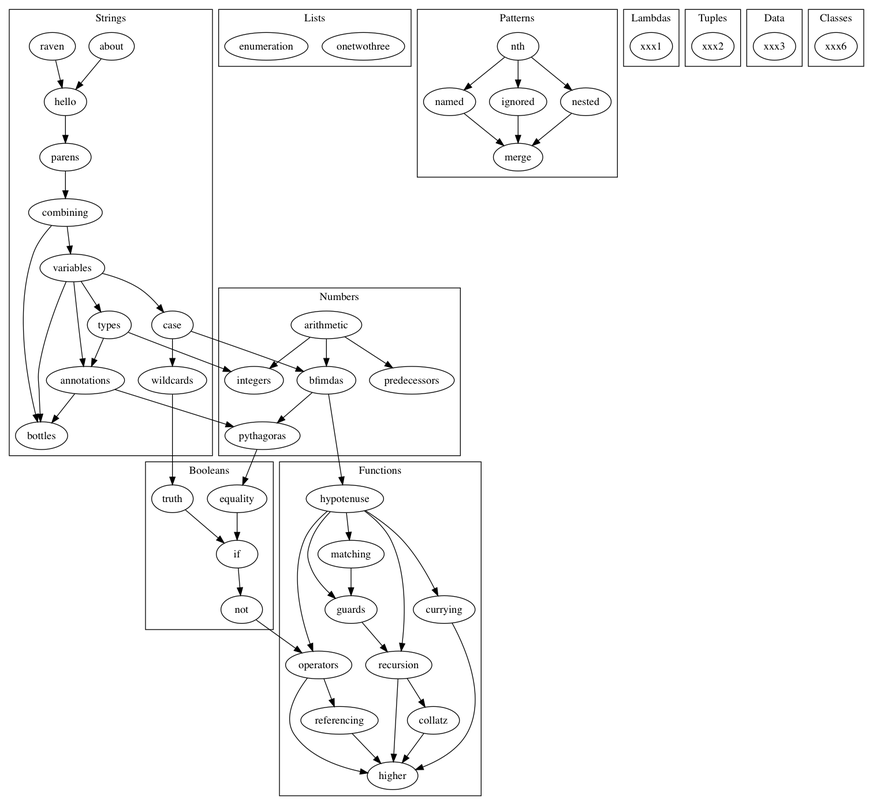
Earlier version of the Graphviz export notebooks/images/chapters.png (sordina/crashkell). Its source is kept beside it as graph/chapters.dot. Source of this version:
```dot
subgraph cluster_strings {
	label="Strings";
	about;
	hello;
	raven;
	parens;
	combining;
	variables;
	case;
	wildcards;
	types;
	annotations;
	bottles;

	about -> hello;
	raven -> hello;
	hello -> parens;
	parens -> combining;
	combining -> variables;
	variables -> case;
	variables -> types;
	variables -> annotations;
	case -> wildcards;
	types -> annotations;
	variables -> bottles;
	combining -> bottles;
	annotations -> bottles;
}

subgraph cluster_numbers {
	label="Numbers";
	arithmetic;
	bfimdas;
	predecessors;
	integers;
	pythagoras;

	arithmetic -> bfimdas;
	case -> bfimdas;
	arithmetic -> predecessors;
	types -> integers;
	arithmetic -> integers;
	bfimdas -> pythagoras;
	annotations -> pythagoras;
}

subgraph cluster_booleans {
	label="Booleans";
	truth;
	equality;
	not;
	if;

	pythagoras -> equality;
	wildcards -> truth;
	truth -> if;
	equality -> if;
	if -> not;
}

subgraph cluster_functions {
	label="Functions";
	hypotenuse;
	matching;
	guards;
	operators;
	referencing;
	recursion;
	collatz;
	currying;
	higher;

	hypotenuse -> matching;
	hypotenuse -> guards;
	matching -> guards;
	hypotenuse -> operators;
	operators -> referencing;
	hypotenuse -> recursion;
	guards -> recursion;
	recursion -> collatz;
	hypotenuse -> currying;
	operators -> higher;
	recursion -> higher;
	collatz -> higher;
	currying -> higher;
	referencing -> higher;

	bfimdas -> hypotenuse;
	not -> operators;
}

subgraph cluster_lists {
	label="Lists";
	onetwothree;
	enumeration;
}

subgraph cluster_patterns {
	label="Patterns";
	nth;
	nested;
	named;
	ignored;
	merge;

	nth -> nested;
	nth -> named;
	nth -> ignored;
	nested -> merge;
	named -> merge;
	ignored -> merge;
}

subgraph cluster_lambdas {
	label="Lambdas";
	xxx1;
}

subgraph cluster_tuples {
	label="Tuples";
	xxx2;
}

subgraph cluster_data {
	label="Data";
	xxx3;
}

subgraph cluster_classes {
	label="Classes";
	xxx6;
}
```
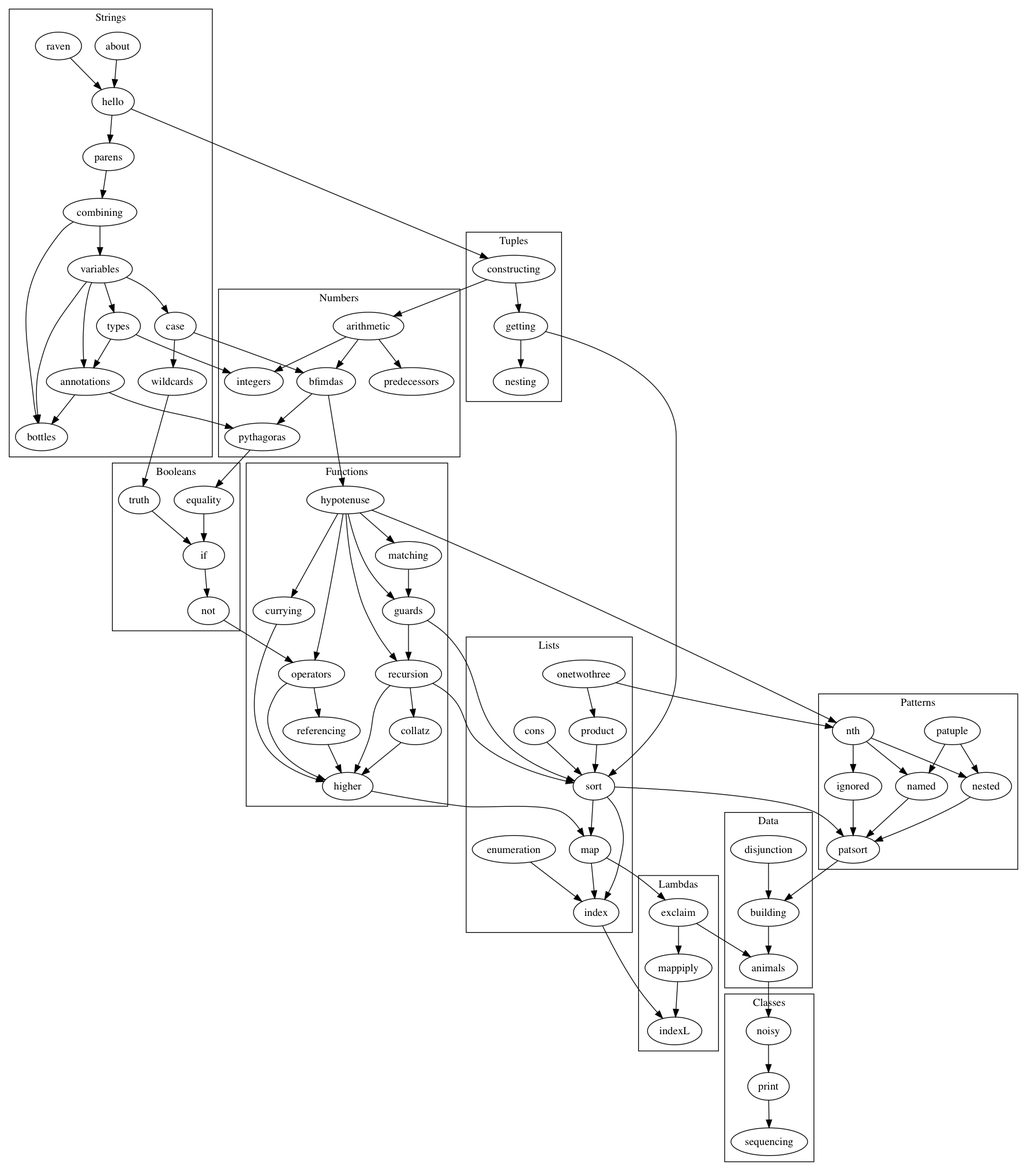
Above is the later version.

Change to the diagram source:
```diff
@@ -27,6 +27,17 @@
 	annotations -> bottles;
 }
 
+subgraph cluster_tuples {
+	label="Tuples";
+	constructing;
+	nesting;
+	getting;
+
+	constructing -> getting -> nesting;
+
+	hello -> constructing;
+}
+
 subgraph cluster_numbers {
 	label="Numbers";
 	arithmetic;
@@ -42,6 +53,8 @@
 	arithmetic -> integers;
 	bfimdas -> pythagoras;
 	annotations -> pythagoras;
+
+	constructing -> arithmetic;
 }
 
 subgraph cluster_booleans {
@@ -92,41 +105,84 @@
 subgraph cluster_lists {
 	label="Lists";
 	onetwothree;
+	cons;
+	product;
 	enumeration;
+	sort;
+	map;
+	index;
+
+	onetwothree -> product;
+	cons -> sort;
+	product -> sort;
+	sort -> map;
+	sort -> index;
+	map -> index;
+
+	getting -> sort;
+	guards -> sort;
+	recursion -> sort;
+	higher -> map;
+	enumeration -> index;
 }
 
 subgraph cluster_patterns {
 	label="Patterns";
+	patuple;
 	nth;
 	nested;
 	named;
 	ignored;
-	merge;
+	patsort;
 
 	nth -> nested;
 	nth -> named;
 	nth -> ignored;
-	nested -> merge;
-	named -> merge;
-	ignored -> merge;
+	patuple -> nested;
+	patuple -> named;
+	nested -> patsort;
+	named -> patsort;
+	ignored -> patsort;
+
+	hypotenuse -> nth;
+	onetwothree -> nth;
+	sort -> patsort;
+
 }
 
 subgraph cluster_lambdas {
 	label="Lambdas";
-	xxx1;
-}
+	exclaim;
+	mappiply;
+	indexL;
 
-subgraph cluster_tuples {
-	label="Tuples";
-	xxx2;
+	exclaim -> mappiply;
+	mappiply -> indexL;
+
+	map -> exclaim;
+	index -> indexL;
 }
 
 subgraph cluster_data {
 	label="Data";
-	xxx3;
+	disjunction;
+	building;
+	animals;
+
+	disjunction -> building -> animals;
+
+	patsort -> building;
+	exclaim -> animals;
 }
 
 subgraph cluster_classes {
 	label="Classes";
-	xxx6;
+	noisy;
+	print;
+	sequencing;
+
+	noisy -> print -> sequencing;
+
+	animals -> noisy;
+
 }
```
